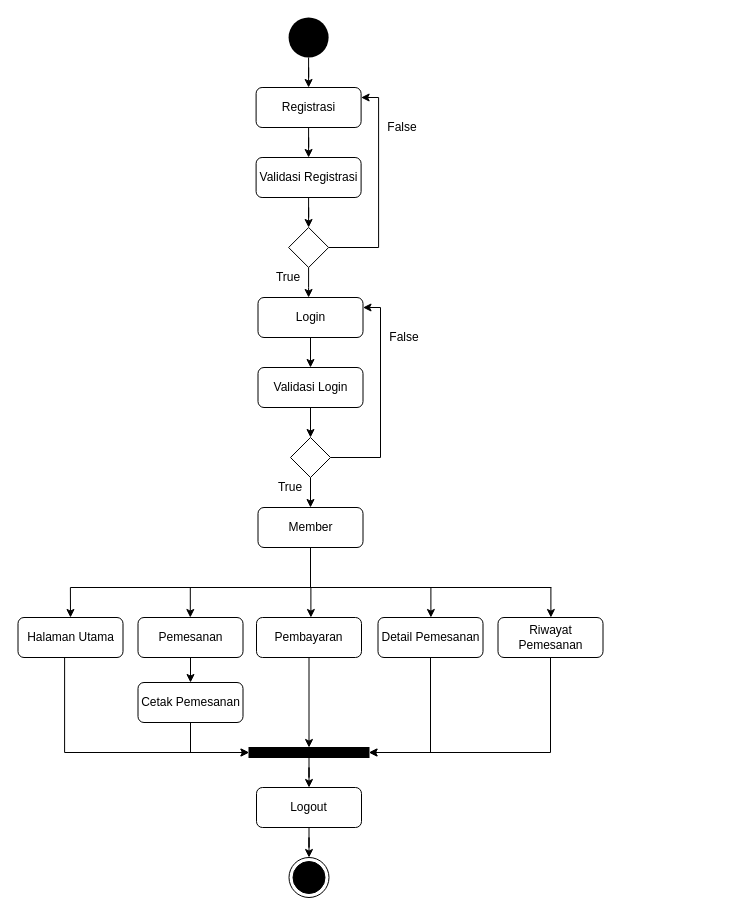
This is page "AD-Member" (4 of 20) of SKRIPSI TARMIZI MAULANA/ARSIP/FILE MASTER DESAIN/DIAGRAM SKIRPSI TARMIZI MAULANA.drawio from Khairul122/JK-WebPemesananJasaFotografer-ED, a draw.io file, before an edit. Source tidied: cells renumbered, new cells numbered last; positions are measured from the earlier drawing's top-left corner, leaving out a move shared by most shapes. Both pictures are drawn from the tidied source at 100%, with x=0, y=0 at pixel (18, 17).
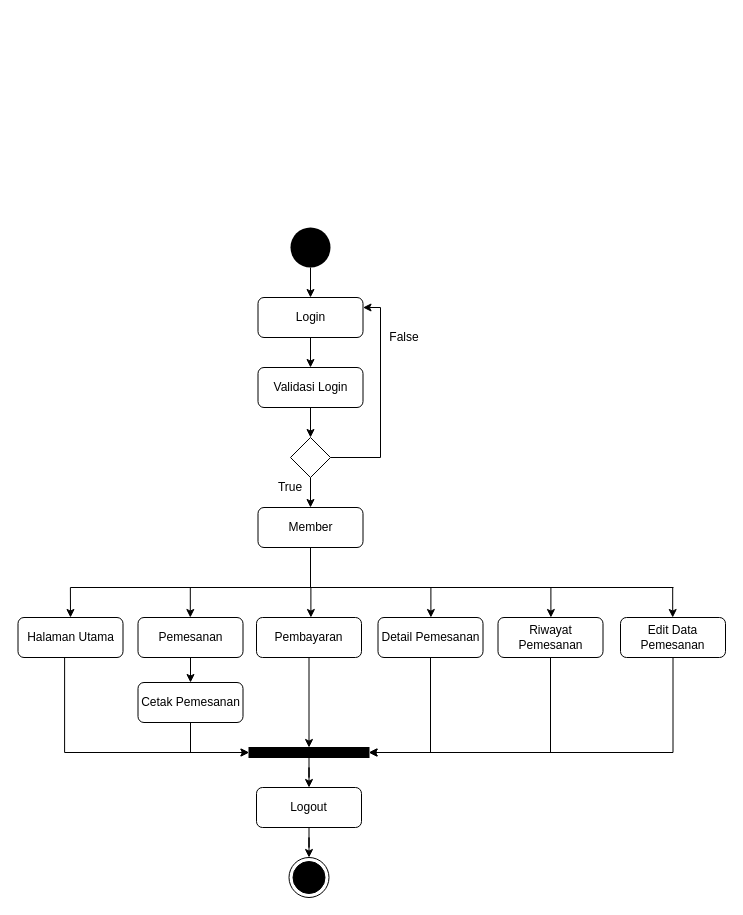
Above is the later version.

Unchanged cells that the change refers to:
```xml
<mxCell id="4" value="Login" style="rounded=1;whiteSpace=wrap;html=1;" parent="1" vertex="1">
  <mxGeometry x="239.5" y="280" width="105" height="40" as="geometry" />
</mxCell>
<mxCell id="18" style="rounded=0;whiteSpace=wrap;html=1;fillColor=#000000;" parent="1" vertex="1">
  <mxGeometry x="230.5" y="730" width="120" height="10" as="geometry" />
</mxCell>
```

Change to the diagram source:
```diff
@@
-    <mxCell id="2" style="ellipse;fillColor=#000000;strokeColor=none;" parent="1" vertex="1">
-      <mxGeometry x="282" y="70" width="40" height="40" as="geometry" />
-    </mxCell>
@@
     <mxCell id="27" style="endArrow=none;html=1;" parent="1" edge="1">
       <mxGeometry relative="1" as="geometry">
         <mxPoint x="51.9" y="570" as="sourcePoint" />
-        <mxPoint x="532.9" y="570" as="targetPoint" />
+        <mxPoint x="655" y="570" as="targetPoint" />
       </mxGeometry>
     </mxCell>
@@
-    <mxCell id="37" style="edgeStyle=orthogonalEdgeStyle;rounded=0;jettySize=auto;html=1;" parent="1" edge="1" source="38" target="41">
-      <mxGeometry relative="1" as="geometry" />
-    </mxCell>
-    <mxCell id="38" value="Registrasi" style="rounded=1;whiteSpace=wrap;html=1;" parent="1" vertex="1">
-      <mxGeometry x="237.6" y="70" width="105" height="40" as="geometry" />
-    </mxCell>
-    <mxCell id="39" style="edgeStyle=orthogonalEdgeStyle;rounded=0;jettySize=auto;html=1;entryX=0.5;entryY=0;entryDx=0;entryDy=0;" parent="1" edge="1" source="41" target="43">
-      <mxGeometry relative="1" as="geometry" />
-    </mxCell>
-    <mxCell id="40" style="edgeStyle=orthogonalEdgeStyle;rounded=0;jettySize=auto;html=1;entryX=1;entryY=0.25;entryDx=0;entryDy=0;exitX=1;exitY=0.5;exitDx=0;exitDy=0;" parent="1" edge="1" source="43" target="38">
-      <mxGeometry relative="1" as="geometry">
-        <Array as="points">
-          <mxPoint x="360.1" y="230" />
-          <mxPoint x="360.1" y="80" />
-        </Array>
-      </mxGeometry>
-    </mxCell>
-    <mxCell id="41" value="Validasi Registrasi" style="rounded=1;whiteSpace=wrap;html=1;" parent="1" vertex="1">
-      <mxGeometry x="237.6" y="140" width="105" height="40" as="geometry" />
-    </mxCell>
-    <mxCell id="42" style="edgeStyle=orthogonalEdgeStyle;rounded=0;jettySize=auto;html=1;" parent="1" edge="1" source="43">
-      <mxGeometry relative="1" as="geometry">
-        <mxPoint x="290.1" y="280" as="targetPoint" />
-      </mxGeometry>
-    </mxCell>
-    <mxCell id="43" style="rhombus;whiteSpace=wrap;html=1;" parent="1" vertex="1">
-      <mxGeometry x="270.1" y="210" width="40" height="40" as="geometry" />
-    </mxCell>
-    <mxCell id="44" value="True" style="text;html=1;strokeColor=none;fillColor=none;align=center;verticalAlign=middle;whiteSpace=wrap;rounded=0;" parent="1" vertex="1">
-      <mxGeometry x="250.1" y="250" width="40" height="20" as="geometry" />
-    </mxCell>
-    <mxCell id="45" value="False" style="text;html=1;strokeColor=none;fillColor=none;align=center;verticalAlign=middle;whiteSpace=wrap;rounded=0;" parent="1" vertex="1">
-      <mxGeometry x="364.1" y="100" width="40" height="20" as="geometry" />
-    </mxCell>
-    <mxCell id="46" style="edgeStyle=orthogonalEdgeStyle;rounded=0;jettySize=auto;html=1;" parent="1" edge="1" source="47" target="38">
-      <mxGeometry relative="1" as="geometry" />
-    </mxCell>
-    <mxCell id="47" style="ellipse;fillColor=#000000;strokeColor=none;" parent="1" vertex="1">
-      <mxGeometry x="270.1" width="40" height="40" as="geometry" />
-    </mxCell>
+    <mxCell id="48" style="edgeStyle=orthogonalEdgeStyle;rounded=0;jettySize=auto;html=1;entryX=1;entryY=0.5;entryDx=0;entryDy=0;exitX=0.5;exitY=1;exitDx=0;exitDy=0;" parent="1" edge="1" source="49" target="18">
+      <mxGeometry relative="1" as="geometry" />
+    </mxCell>
+    <mxCell id="49" value="Edit Data Pemesanan" style="rounded=1;whiteSpace=wrap;html=1;" parent="1" vertex="1">
+      <mxGeometry x="602" y="600" width="105" height="40" as="geometry" />
+    </mxCell>
+    <mxCell id="50" style="endArrow=classic;html=1;entryX=0.5;entryY=0;entryDx=0;entryDy=0;" parent="1" edge="1">
+      <mxGeometry relative="1" as="geometry">
+        <mxPoint x="654.2" y="570" as="sourcePoint" />
+        <mxPoint x="654.2" y="600" as="targetPoint" />
+      </mxGeometry>
+    </mxCell>
+    <mxCell id="51" style="edgeStyle=orthogonalEdgeStyle;rounded=0;jettySize=auto;html=1;" parent="1" edge="1" source="52" target="4">
+      <mxGeometry relative="1" as="geometry" />
+    </mxCell>
+    <mxCell id="52" style="ellipse;fillColor=#000000;strokeColor=none;" parent="1" vertex="1">
+      <mxGeometry x="272" y="210" width="40" height="40" as="geometry" />
+    </mxCell>
```
